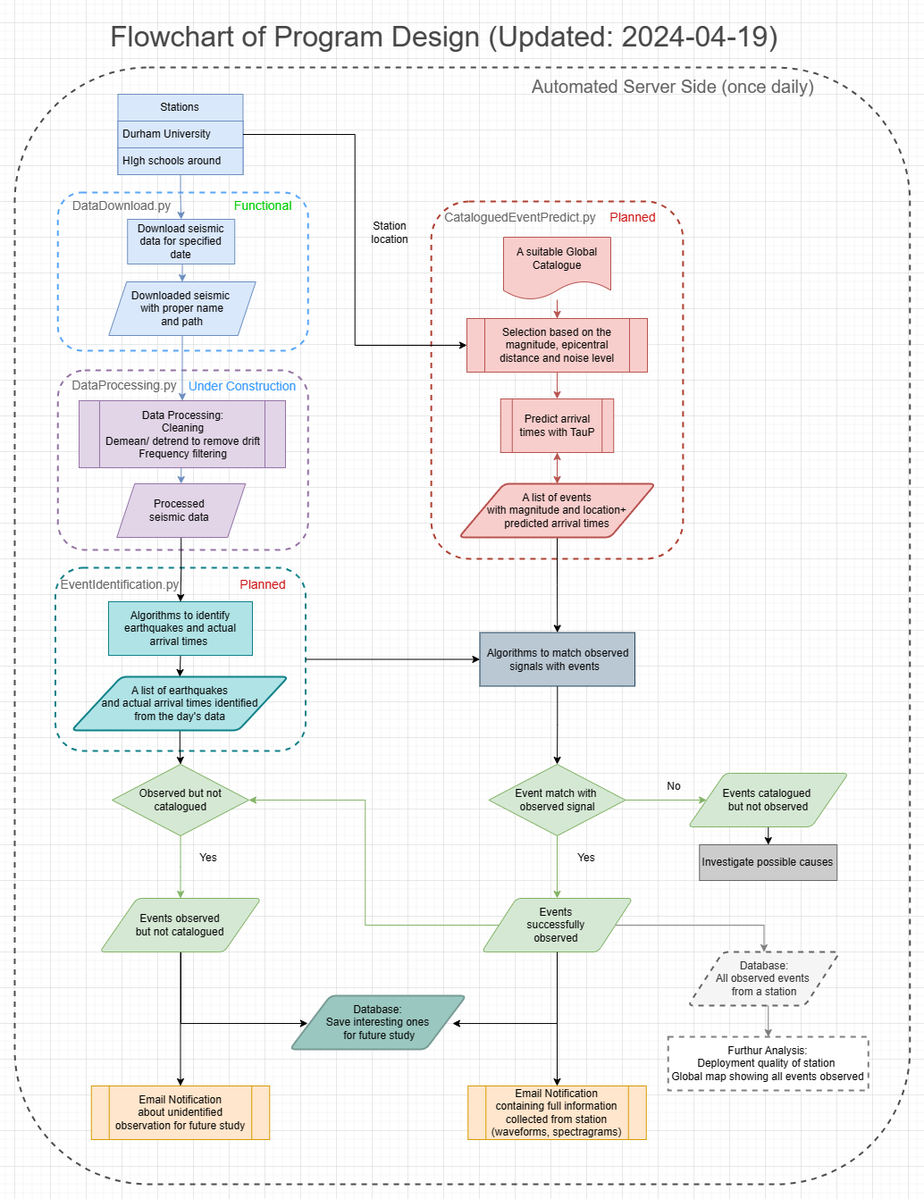
This is Flowchart.png from QingyuanZhangTony/Earthquake-Identification-And-Notification, a draw.io export, as it was before one commit. Source tidied: cells renumbered, new cells last; positions are measured from the earlier drawing's top-left corner, leaving out a move shared by most shapes.
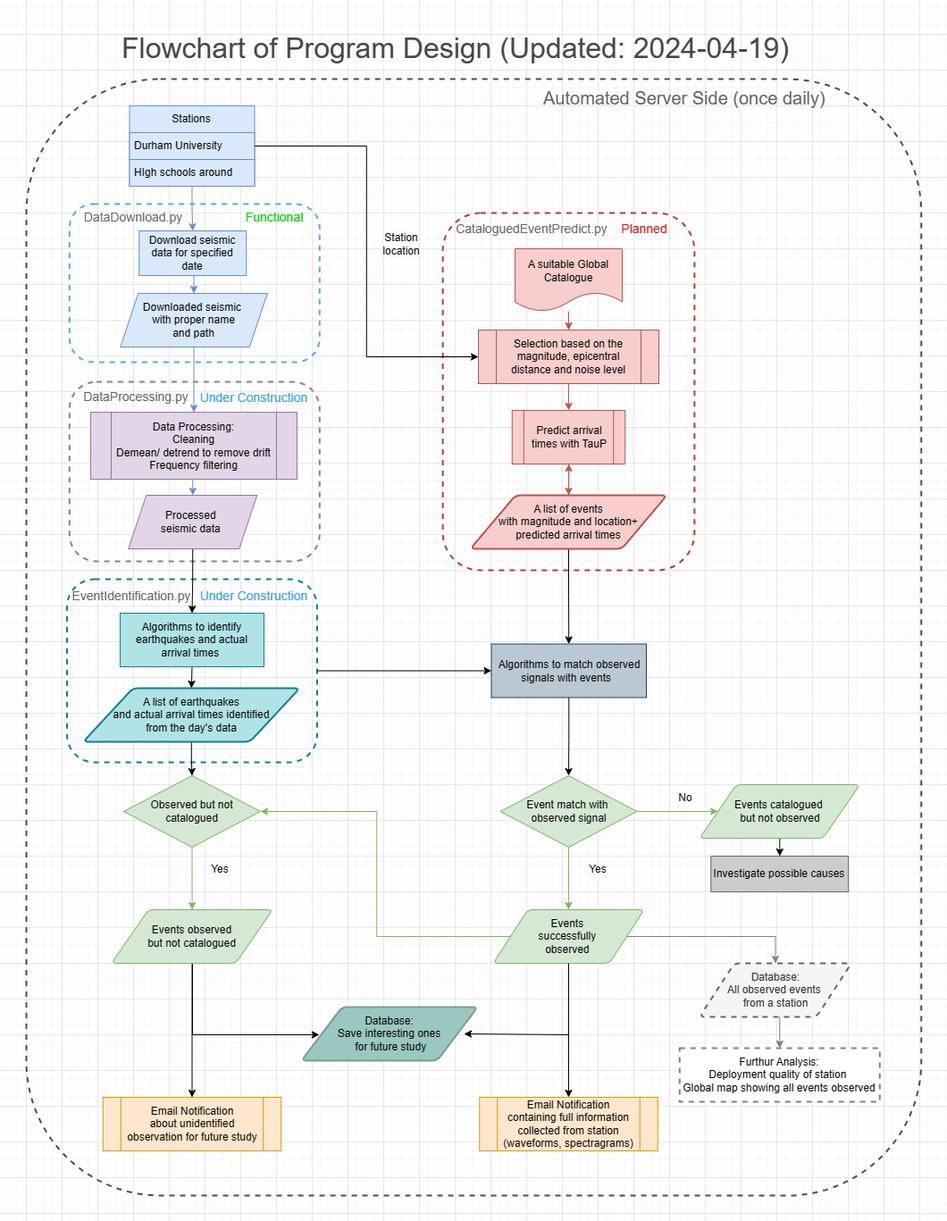
Later version of the same file.

Change to the diagram source:
```diff
@@ -210,9 +210,6 @@
     <mxCell id="67" value="&lt;font color=&quot;#3399ff&quot; style=&quot;font-size: 14px;&quot;&gt;Under Construction&lt;/font&gt;" style="text;html=1;align=center;verticalAlign=middle;whiteSpace=wrap;rounded=0;" parent="1" vertex="1">
       <mxGeometry x="183.7" y="402" width="141.8" height="30" as="geometry" />
     </mxCell>
-    <mxCell id="68" value="&lt;font color=&quot;#cc0e0e&quot; style=&quot;font-size: 14px;&quot;&gt;Planned&lt;/font&gt;" style="text;html=1;align=center;verticalAlign=middle;whiteSpace=wrap;rounded=0;" parent="1" vertex="1">
-      <mxGeometry x="228.2" y="624" width="100" height="30" as="geometry" />
-    </mxCell>
     <mxCell id="69" value="&lt;font color=&quot;#666666&quot; style=&quot;font-size: 14px;&quot;&gt;CataloguedEventPredict.py&lt;/font&gt;" style="text;html=1;align=center;verticalAlign=middle;whiteSpace=wrap;rounded=0;" parent="1" vertex="1">
       <mxGeometry x="466.1" y="213" width="200" height="30" as="geometry" />
     </mxCell>
@@ -222,5 +219,8 @@
     <mxCell id="71" value="&lt;h1 style=&quot;margin-top: 0px;&quot;&gt;&lt;font color=&quot;#474747&quot; size=&quot;1&quot;&gt;&lt;span style=&quot;font-weight: 400; font-size: 32px;&quot;&gt;Flowchart of Program Design (Updated: 2024-04-19)&lt;/span&gt;&lt;/font&gt;&lt;/h1&gt;" style="text;html=1;whiteSpace=wrap;overflow=hidden;rounded=0;" parent="1" vertex="1">
       <mxGeometry x="105.3" width="795" height="50" as="geometry" />
     </mxCell>
+    <mxCell id="72" value="&lt;font color=&quot;#3399ff&quot; style=&quot;font-size: 14px;&quot;&gt;Under Construction&lt;/font&gt;" style="text;html=1;align=center;verticalAlign=middle;whiteSpace=wrap;rounded=0;" parent="1" vertex="1">
+      <mxGeometry x="183.7" y="624" width="141.8" height="30" as="geometry" />
+    </mxCell>
   </root>
 </mxGraphModel>
```
